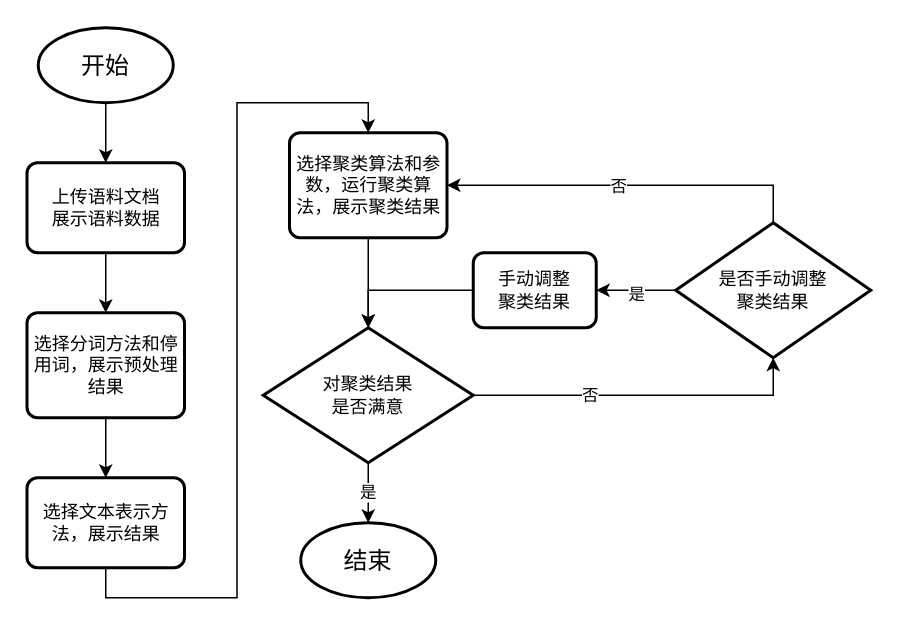
This is test-img/Untitled Diagram.drawio from clock2125/image-hosting, a draw.io file, before an edit. Source tidied: cells renumbered, new cells numbered last; positions are measured from the earlier drawing's top-left corner, leaving out a move shared by most shapes. Both pictures are drawn from the tidied source at 150%, with x=0, y=0 at pixel (26, 27).
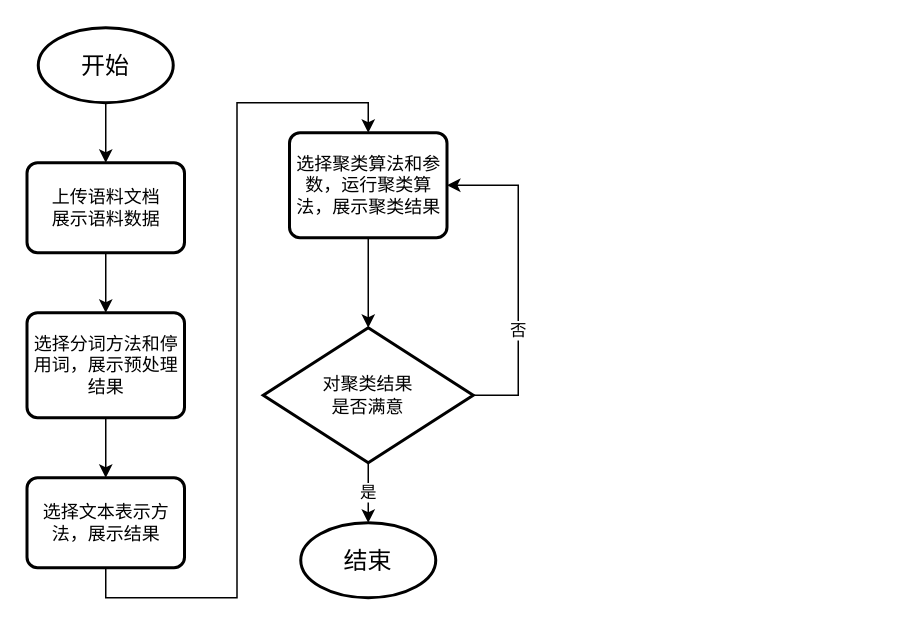
The same page after the edit.

The change refers to these unchanged cells:
```xml
<mxCell id="11" value="选择聚类算法和参数，运行聚类算法，展示聚类结果" style="rounded=1;whiteSpace=wrap;html=1;absoluteArcSize=1;arcSize=14;strokeWidth=2;" parent="1" vertex="1">
  <mxGeometry x="175.5" y="70" width="105" height="70" as="geometry" />
</mxCell>
<mxCell id="15" value="对聚类结果&lt;br&gt;是否满意" style="strokeWidth=2;html=1;shape=mxgraph.flowchart.decision;whiteSpace=wrap;" parent="1" vertex="1">
  <mxGeometry x="158" y="200" width="140" height="90" as="geometry" />
</mxCell>
```

Diff of the diagram source:
```diff
@@
-    <mxCell id="13" style="edgeStyle=orthogonalEdgeStyle;rounded=0;jettySize=auto;html=1;exitX=1;exitY=0.5;exitDx=0;exitDy=0;exitPerimeter=0;entryX=0.5;entryY=1;entryDx=0;entryDy=0;entryPerimeter=0;" parent="1" edge="1" source="15" target="21">
-      <mxGeometry relative="1" as="geometry" />
+    <mxCell id="13" style="edgeStyle=orthogonalEdgeStyle;rounded=0;jettySize=auto;html=1;exitX=1;exitY=0.5;exitDx=0;exitDy=0;exitPerimeter=0;entryX=1;entryY=0.5;entryDx=0;entryDy=0;" parent="1" edge="1" source="15" target="11">
+      <mxGeometry relative="1" as="geometry">
+        <Array as="points">
+          <mxPoint x="328" y="245" />
+          <mxPoint x="328" y="105" />
+        </Array>
+      </mxGeometry>
     </mxCell>
@@
-    <mxCell id="17" style="edgeStyle=orthogonalEdgeStyle;rounded=0;jettySize=auto;html=1;exitX=0.5;exitY=0;exitDx=0;exitDy=0;exitPerimeter=0;entryX=1;entryY=0.5;entryDx=0;entryDy=0;" parent="1" edge="1" source="21" target="11">
-      <mxGeometry relative="1" as="geometry" />
-    </mxCell>
-    <mxCell id="18" value="否" style="edgeLabel;html=1;align=center;verticalAlign=middle;" parent="17" vertex="1">
-      <mxGeometry x="0.06" relative="1" as="geometry" />
-    </mxCell>
-    <mxCell id="19" style="edgeStyle=orthogonalEdgeStyle;rounded=0;jettySize=auto;html=1;exitX=0;exitY=0.5;exitDx=0;exitDy=0;exitPerimeter=0;" parent="1" edge="1" source="21" target="23">
-      <mxGeometry relative="1" as="geometry" />
-    </mxCell>
-    <mxCell id="20" value="是" style="edgeLabel;html=1;align=center;verticalAlign=middle;" parent="19" vertex="1">
-      <mxGeometry y="2" relative="1" as="geometry" />
-    </mxCell>
-    <mxCell id="21" value="是否手动调整&lt;br&gt;聚类结果" style="strokeWidth=2;html=1;shape=mxgraph.flowchart.decision;whiteSpace=wrap;" parent="1" vertex="1">
-      <mxGeometry x="433" y="130" width="130" height="90" as="geometry" />
-    </mxCell>
-    <mxCell id="22" style="edgeStyle=orthogonalEdgeStyle;rounded=0;jettySize=auto;html=1;exitX=0;exitY=0.5;exitDx=0;exitDy=0;entryX=0.5;entryY=0;entryDx=0;entryDy=0;entryPerimeter=0;" parent="1" edge="1" source="23" target="15">
-      <mxGeometry relative="1" as="geometry" />
-    </mxCell>
-    <mxCell id="23" value="手动调整&lt;br&gt;聚类结果" style="rounded=1;whiteSpace=wrap;html=1;absoluteArcSize=1;arcSize=14;strokeWidth=2;" parent="1" vertex="1">
-      <mxGeometry x="298" y="150" width="82" height="50" as="geometry" />
-    </mxCell>
```
